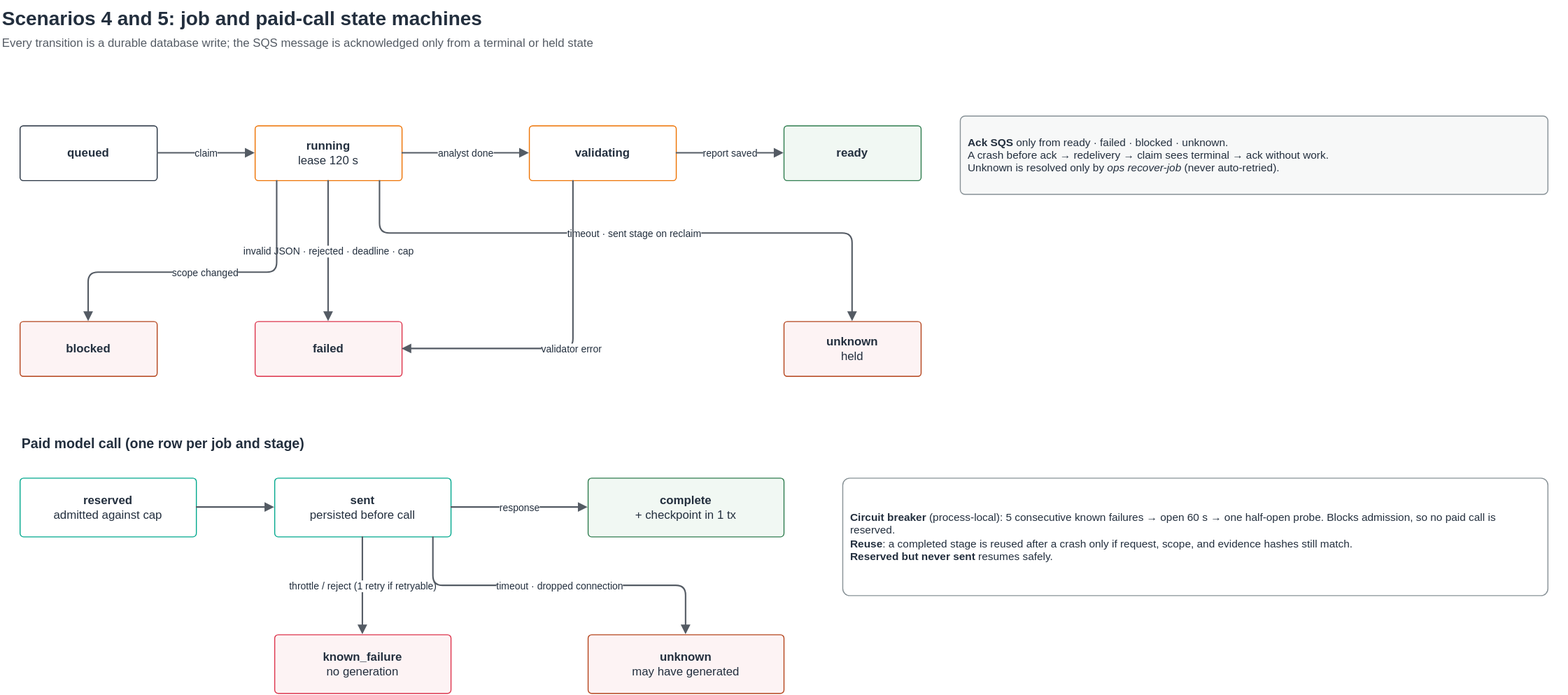
This is docs/diagrams/state-machines.svg from abh2050/ontology-ops, a draw.io export, as it was before one commit. Source tidied: cells renumbered, new cells last; positions are measured from the earlier drawing's top-left corner, leaving out a move shared by most shapes.
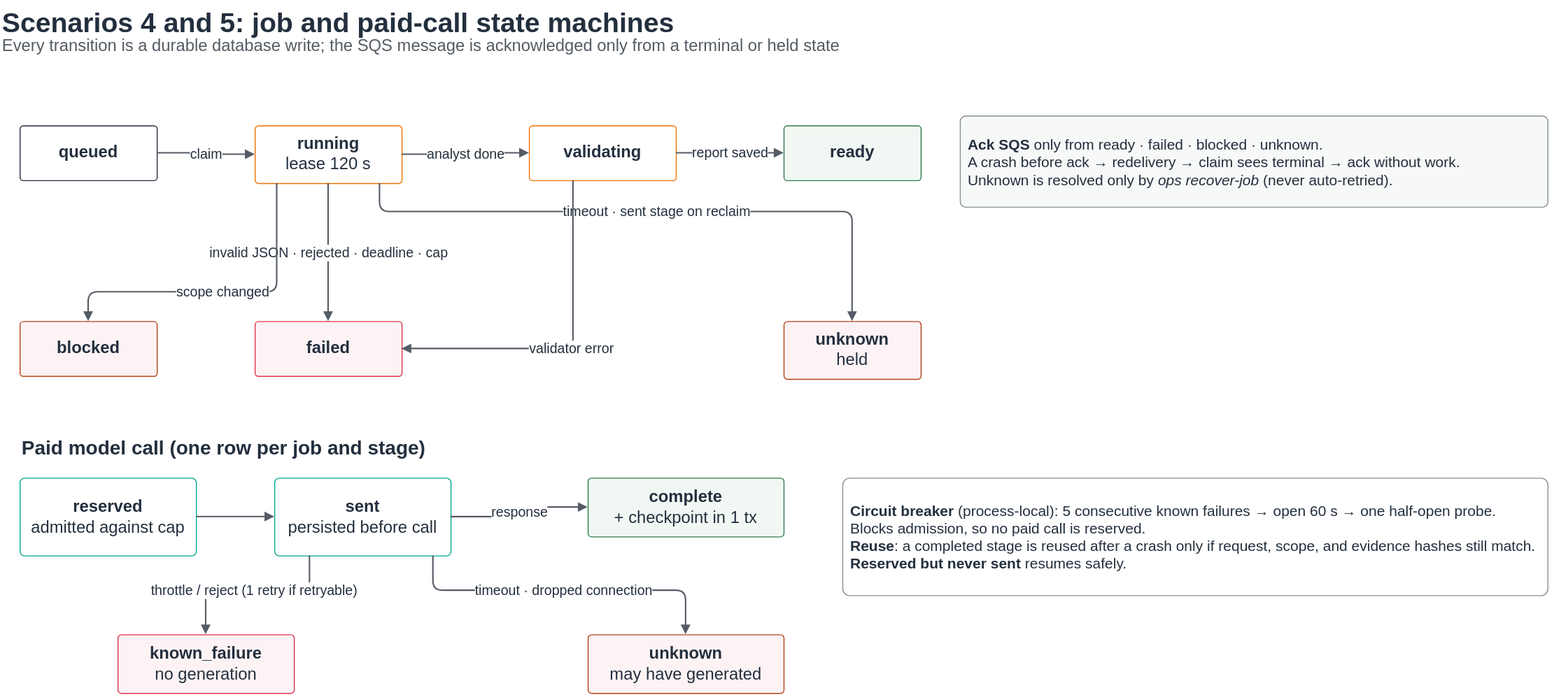
After the change.

Diff of the diagram source:
```diff
@@ -2,107 +2,112 @@
   <root>
     <mxCell id="0" />
     <mxCell id="1" parent="0" />
-    <mxCell id="2" value="&lt;b&gt;Scenarios 4 and 5: job and paid-call state machines&lt;/b&gt;" style="text;html=1;align=left;verticalAlign=top;whiteSpace=wrap;fontSize=20;fontColor=#232F3E;fontStyle=0;" parent="1" vertex="1">
+    <mxCell id="2" value="&lt;b&gt;Scenarios 4 and 5: job and paid-call state machines&lt;/b&gt;" style="text;html=1;align=left;verticalAlign=top;whiteSpace=wrap;fontSize=28;fontColor=#232F3E;fontStyle=0;" parent="1" vertex="1">
       <mxGeometry width="1600" height="30" as="geometry" />
     </mxCell>
-    <mxCell id="3" value="Every transition is a durable database write; the SQS message is acknowledged only from a terminal or held state" style="text;html=1;align=left;verticalAlign=top;whiteSpace=wrap;fontSize=12;fontColor=#545B64;fontStyle=0;" parent="1" vertex="1">
+    <mxCell id="3" value="Every transition is a durable database write; the SQS message is acknowledged only from a terminal or held state" style="text;html=1;align=left;verticalAlign=top;whiteSpace=wrap;fontSize=17;fontColor=#545B64;fontStyle=0;" parent="1" vertex="1">
       <mxGeometry y="30" width="1600" height="22" as="geometry" />
     </mxCell>
-    <mxCell id="4" value="&lt;b&gt;queued&lt;/b&gt;" style="rounded=1;arcSize=6;whiteSpace=wrap;html=1;strokeColor=#232F3E;fillColor=#FFFFFF;fontColor=#232F3E;dashed=0;fontSize=12;align=center;verticalAlign=middle;spacing=8;fontStyle=0;" parent="1" vertex="1">
+    <mxCell id="4" value="&lt;b&gt;queued&lt;/b&gt;" style="rounded=1;arcSize=6;whiteSpace=wrap;html=1;strokeColor=#232F3E;fillColor=#FFFFFF;fontColor=#232F3E;dashed=0;fontSize=17;align=center;verticalAlign=middle;spacing=8;fontStyle=0;" parent="1" vertex="1">
       <mxGeometry x="20" y="128" width="140" height="56" as="geometry" />
     </mxCell>
-    <mxCell id="5" value="&lt;b&gt;running&lt;/b&gt;&lt;br&gt;lease 120 s" style="rounded=1;arcSize=6;whiteSpace=wrap;html=1;strokeColor=#ED7100;fillColor=#FFFFFF;fontColor=#232F3E;dashed=0;fontSize=12;align=center;verticalAlign=middle;spacing=8;fontStyle=0;" parent="1" vertex="1">
-      <mxGeometry x="260" y="128" width="150" height="56" as="geometry" />
+    <mxCell id="5" value="&lt;b&gt;running&lt;/b&gt;&lt;br&gt;lease 120 s" style="rounded=1;arcSize=6;whiteSpace=wrap;html=1;strokeColor=#ED7100;fillColor=#FFFFFF;fontColor=#232F3E;dashed=0;fontSize=17;align=center;verticalAlign=middle;spacing=8;fontStyle=0;" parent="1" vertex="1">
+      <mxGeometry x="260" y="128" width="150" height="59" as="geometry" />
     </mxCell>
-    <mxCell id="6" value="&lt;b&gt;validating&lt;/b&gt;" style="rounded=1;arcSize=6;whiteSpace=wrap;html=1;strokeColor=#ED7100;fillColor=#FFFFFF;fontColor=#232F3E;dashed=0;fontSize=12;align=center;verticalAlign=middle;spacing=8;fontStyle=0;" parent="1" vertex="1">
+    <mxCell id="6" value="&lt;b&gt;validating&lt;/b&gt;" style="rounded=1;arcSize=6;whiteSpace=wrap;html=1;strokeColor=#ED7100;fillColor=#FFFFFF;fontColor=#232F3E;dashed=0;fontSize=17;align=center;verticalAlign=middle;spacing=8;fontStyle=0;" parent="1" vertex="1">
       <mxGeometry x="540" y="128" width="150" height="56" as="geometry" />
     </mxCell>
-    <mxCell id="7" value="&lt;b&gt;ready&lt;/b&gt;" style="rounded=1;arcSize=6;whiteSpace=wrap;html=1;strokeColor=#2F7D4F;fillColor=#F1F8F3;fontColor=#232F3E;dashed=0;fontSize=12;align=center;verticalAlign=middle;spacing=8;fontStyle=0;" parent="1" vertex="1">
+    <mxCell id="7" value="&lt;b&gt;ready&lt;/b&gt;" style="rounded=1;arcSize=6;whiteSpace=wrap;html=1;strokeColor=#2F7D4F;fillColor=#F1F8F3;fontColor=#232F3E;dashed=0;fontSize=17;align=center;verticalAlign=middle;spacing=8;fontStyle=0;" parent="1" vertex="1">
       <mxGeometry x="800" y="128" width="140" height="56" as="geometry" />
     </mxCell>
-    <mxCell id="8" value="&lt;b&gt;blocked&lt;/b&gt;" style="rounded=1;arcSize=6;whiteSpace=wrap;html=1;strokeColor=#B4441C;fillColor=#FDF3F4;fontColor=#232F3E;dashed=0;fontSize=12;align=center;verticalAlign=middle;spacing=8;fontStyle=0;" parent="1" vertex="1">
+    <mxCell id="8" value="&lt;b&gt;blocked&lt;/b&gt;" style="rounded=1;arcSize=6;whiteSpace=wrap;html=1;strokeColor=#B4441C;fillColor=#FDF3F4;fontColor=#232F3E;dashed=0;fontSize=17;align=center;verticalAlign=middle;spacing=8;fontStyle=0;" parent="1" vertex="1">
       <mxGeometry x="20" y="328" width="140" height="56" as="geometry" />
     </mxCell>
-    <mxCell id="9" value="&lt;b&gt;failed&lt;/b&gt;" style="rounded=1;arcSize=6;whiteSpace=wrap;html=1;strokeColor=#DD344C;fillColor=#FDF3F4;fontColor=#232F3E;dashed=0;fontSize=12;align=center;verticalAlign=middle;spacing=8;fontStyle=0;" parent="1" vertex="1">
+    <mxCell id="9" value="&lt;b&gt;failed&lt;/b&gt;" style="rounded=1;arcSize=6;whiteSpace=wrap;html=1;strokeColor=#DD344C;fillColor=#FDF3F4;fontColor=#232F3E;dashed=0;fontSize=17;align=center;verticalAlign=middle;spacing=8;fontStyle=0;" parent="1" vertex="1">
       <mxGeometry x="260" y="328" width="150" height="56" as="geometry" />
     </mxCell>
-    <mxCell id="10" value="&lt;b&gt;unknown&lt;/b&gt;&lt;br&gt;held" style="rounded=1;arcSize=6;whiteSpace=wrap;html=1;strokeColor=#B4441C;fillColor=#FDF3F4;fontColor=#232F3E;dashed=0;fontSize=12;align=center;verticalAlign=middle;spacing=8;fontStyle=0;" parent="1" vertex="1">
-      <mxGeometry x="800" y="328" width="140" height="56" as="geometry" />
+    <mxCell id="10" value="&lt;b&gt;unknown&lt;/b&gt;&lt;br&gt;held" style="rounded=1;arcSize=6;whiteSpace=wrap;html=1;strokeColor=#B4441C;fillColor=#FDF3F4;fontColor=#232F3E;dashed=0;fontSize=17;align=center;verticalAlign=middle;spacing=8;fontStyle=0;" parent="1" vertex="1">
+      <mxGeometry x="800" y="328" width="140" height="59" as="geometry" />
     </mxCell>
-    <mxCell id="11" value="claim" style="edgeStyle=orthogonalEdgeStyle;rounded=1;html=1;endArrow=block;endFill=1;strokeColor=#545B64;strokeWidth=1.5;dashed=0;fontSize=10;labelBackgroundColor=#ffffff;fontColor=#232F3E;" parent="1" edge="1" source="4" target="5">
+    <mxCell id="11" value="claim" style="edgeStyle=orthogonalEdgeStyle;rounded=1;html=1;endArrow=block;endFill=1;strokeColor=#545B64;strokeWidth=1.5;dashed=0;fontSize=14;labelBackgroundColor=#ffffff;fontColor=#232F3E;" parent="1" edge="1" source="4" target="5">
       <mxGeometry relative="1" as="geometry" />
     </mxCell>
-    <mxCell id="12" value="analyst done" style="edgeStyle=orthogonalEdgeStyle;rounded=1;html=1;endArrow=block;endFill=1;strokeColor=#545B64;strokeWidth=1.5;dashed=0;fontSize=10;labelBackgroundColor=#ffffff;fontColor=#232F3E;" parent="1" edge="1" source="5" target="6">
+    <mxCell id="12" value="analyst done" style="edgeStyle=orthogonalEdgeStyle;rounded=1;html=1;endArrow=block;endFill=1;strokeColor=#545B64;strokeWidth=1.5;dashed=0;fontSize=14;labelBackgroundColor=#ffffff;fontColor=#232F3E;" parent="1" edge="1" source="5" target="6">
       <mxGeometry relative="1" as="geometry" />
     </mxCell>
-    <mxCell id="13" value="report saved" style="edgeStyle=orthogonalEdgeStyle;rounded=1;html=1;endArrow=block;endFill=1;strokeColor=#545B64;strokeWidth=1.5;dashed=0;fontSize=10;labelBackgroundColor=#ffffff;fontColor=#232F3E;" parent="1" edge="1" source="6" target="7">
+    <mxCell id="13" value="report saved" style="edgeStyle=orthogonalEdgeStyle;rounded=1;html=1;endArrow=block;endFill=1;strokeColor=#545B64;strokeWidth=1.5;dashed=0;fontSize=14;labelBackgroundColor=#ffffff;fontColor=#232F3E;" parent="1" edge="1" source="6" target="7">
       <mxGeometry relative="1" as="geometry" />
     </mxCell>
-    <mxCell id="14" value="invalid JSON · rejected · deadline · cap" style="edgeStyle=orthogonalEdgeStyle;rounded=1;html=1;endArrow=block;endFill=1;strokeColor=#545B64;strokeWidth=1.5;dashed=0;fontSize=10;labelBackgroundColor=#ffffff;fontColor=#232F3E;exitX=0.5;exitY=1;entryX=0.5;entryY=0;" parent="1" edge="1" source="5" target="9">
+    <mxCell id="14" value="invalid JSON · rejected · deadline · cap" style="edgeStyle=orthogonalEdgeStyle;rounded=1;html=1;endArrow=block;endFill=1;strokeColor=#545B64;strokeWidth=1.5;dashed=0;fontSize=14;labelBackgroundColor=#ffffff;fontColor=#232F3E;exitX=0.5;exitY=1;entryX=0.5;entryY=0;" parent="1" edge="1" source="5" target="9">
       <mxGeometry relative="1" as="geometry" />
     </mxCell>
-    <mxCell id="15" value="scope changed" style="edgeStyle=orthogonalEdgeStyle;rounded=1;html=1;endArrow=block;endFill=1;strokeColor=#545B64;strokeWidth=1.5;dashed=0;fontSize=10;labelBackgroundColor=#ffffff;fontColor=#232F3E;exitX=0.15;exitY=1;entryX=0.5;entryY=0;" parent="1" edge="1" source="5" target="8">
+    <mxCell id="15" value="scope changed" style="edgeStyle=orthogonalEdgeStyle;rounded=1;html=1;endArrow=block;endFill=1;strokeColor=#545B64;strokeWidth=1.5;dashed=0;fontSize=14;labelBackgroundColor=#ffffff;fontColor=#232F3E;exitX=0.15;exitY=1;entryX=0.5;entryY=0;" parent="1" edge="1" source="5" target="8">
       <mxGeometry relative="1" as="geometry">
         <Array as="points">
-          <mxPoint x="282" y="278" />
-          <mxPoint x="90" y="278" />
+          <mxPoint x="282" y="298" />
+          <mxPoint x="90" y="298" />
         </Array>
       </mxGeometry>
     </mxCell>
-    <mxCell id="16" value="timeout · sent stage on reclaim" style="edgeStyle=orthogonalEdgeStyle;rounded=1;html=1;endArrow=block;endFill=1;strokeColor=#545B64;strokeWidth=1.5;dashed=0;fontSize=10;labelBackgroundColor=#ffffff;fontColor=#232F3E;exitX=0.85;exitY=1;entryX=0.5;entryY=0;" parent="1" edge="1" source="5" target="10">
+    <mxCell id="16" value="timeout · sent stage on reclaim" style="edgeStyle=orthogonalEdgeStyle;rounded=1;html=1;endArrow=block;endFill=1;strokeColor=#545B64;strokeWidth=1.5;dashed=0;fontSize=14;labelBackgroundColor=#ffffff;fontColor=#232F3E;exitX=0.85;exitY=1;entryX=0.5;entryY=0;" parent="1" edge="1" source="5" target="10">
       <mxGeometry relative="1" as="geometry">
         <Array as="points">
-          <mxPoint x="387" y="238" />
-          <mxPoint x="870" y="238" />
+          <mxPoint x="387" y="216" />
+          <mxPoint x="870" y="216" />
         </Array>
       </mxGeometry>
     </mxCell>
-    <mxCell id="17" value="validator error" style="edgeStyle=orthogonalEdgeStyle;rounded=1;html=1;endArrow=block;endFill=1;strokeColor=#545B64;strokeWidth=1.5;dashed=0;fontSize=10;labelBackgroundColor=#ffffff;fontColor=#232F3E;exitX=0.3;exitY=1;entryX=1;entryY=0.5;" parent="1" edge="1" source="6" target="9">
+    <mxCell id="17" value="validator error" style="edgeStyle=orthogonalEdgeStyle;rounded=1;html=1;endArrow=block;endFill=1;strokeColor=#545B64;strokeWidth=1.5;dashed=0;fontSize=14;labelBackgroundColor=#ffffff;fontColor=#232F3E;exitX=0.3;exitY=1;entryX=1;entryY=0.5;" parent="1" edge="1" source="6" target="9">
       <mxGeometry relative="1" as="geometry">
         <Array as="points">
           <mxPoint x="585" y="356" />
         </Array>
       </mxGeometry>
     </mxCell>
-    <mxCell id="18" value="&lt;b&gt;Ack SQS&lt;/b&gt; only from ready · failed · blocked · unknown.&lt;br&gt;A crash before ack → redelivery → claim sees terminal → ack without work.&lt;br&gt;Unknown is resolved only by &lt;i&gt;ops recover-job&lt;/i&gt; (never auto-retried)." style="rounded=1;arcSize=6;whiteSpace=wrap;html=1;strokeColor=#879196;fillColor=#F7F8F8;fontColor=#232F3E;dashed=0;fontSize=11;align=left;verticalAlign=middle;spacing=8;fontStyle=0;" parent="1" vertex="1">
-      <mxGeometry x="980" y="118" width="600" height="80" as="geometry" />
+    <mxCell id="18" value="&lt;b&gt;Ack SQS&lt;/b&gt; only from ready · failed · blocked · unknown.&lt;br&gt;A crash before ack → redelivery → claim sees terminal → ack without work.&lt;br&gt;Unknown is resolved only by &lt;i&gt;ops recover-job&lt;/i&gt; (never auto-retried)." style="rounded=1;arcSize=6;whiteSpace=wrap;html=1;strokeColor=#879196;fillColor=#F7F8F8;fontColor=#232F3E;dashed=0;fontSize=15;align=left;verticalAlign=middle;spacing=8;fontStyle=0;" parent="1" vertex="1">
+      <mxGeometry x="980" y="118" width="600" height="93.2" as="geometry" />
     </mxCell>
-    <mxCell id="19" value="&lt;b&gt;Paid model call (one row per job and stage)&lt;/b&gt;" style="text;html=1;align=left;verticalAlign=top;whiteSpace=wrap;fontSize=14;fontColor=#232F3E;fontStyle=0;" parent="1" vertex="1">
+    <mxCell id="19" value="&lt;b&gt;Paid model call (one row per job and stage)&lt;/b&gt;" style="text;html=1;align=left;verticalAlign=top;whiteSpace=wrap;fontSize=20;fontColor=#232F3E;fontStyle=0;" parent="1" vertex="1">
       <mxGeometry x="20" y="438" width="600" height="24" as="geometry" />
     </mxCell>
-    <mxCell id="20" value="&lt;b&gt;reserved&lt;/b&gt;&lt;br&gt;admitted against cap" style="rounded=1;arcSize=6;whiteSpace=wrap;html=1;strokeColor=#01A88D;fillColor=#FFFFFF;fontColor=#232F3E;dashed=0;fontSize=12;align=center;verticalAlign=middle;spacing=8;fontStyle=0;" parent="1" vertex="1">
-      <mxGeometry x="20" y="488" width="180" height="60" as="geometry" />
+    <mxCell id="20" value="&lt;b&gt;reserved&lt;/b&gt;&lt;br&gt;admitted against cap" style="rounded=1;arcSize=6;whiteSpace=wrap;html=1;strokeColor=#01A88D;fillColor=#FFFFFF;fontColor=#232F3E;dashed=0;fontSize=17;align=center;verticalAlign=middle;spacing=8;fontStyle=0;" parent="1" vertex="1">
+      <mxGeometry x="20" y="488" width="180" height="79.5" as="geometry" />
     </mxCell>
-    <mxCell id="21" value="&lt;b&gt;sent&lt;/b&gt;&lt;br&gt;persisted before call" style="rounded=1;arcSize=6;whiteSpace=wrap;html=1;strokeColor=#01A88D;fillColor=#FFFFFF;fontColor=#232F3E;dashed=0;fontSize=12;align=center;verticalAlign=middle;spacing=8;fontStyle=0;" parent="1" vertex="1">
-      <mxGeometry x="280" y="488" width="180" height="60" as="geometry" />
+    <mxCell id="21" value="&lt;b&gt;sent&lt;/b&gt;&lt;br&gt;persisted before call" style="rounded=1;arcSize=6;whiteSpace=wrap;html=1;strokeColor=#01A88D;fillColor=#FFFFFF;fontColor=#232F3E;dashed=0;fontSize=17;align=center;verticalAlign=middle;spacing=8;fontStyle=0;" parent="1" vertex="1">
+      <mxGeometry x="280" y="488" width="180" height="79.5" as="geometry" />
     </mxCell>
-    <mxCell id="22" value="&lt;b&gt;complete&lt;/b&gt;&lt;br&gt;+ checkpoint in 1 tx" style="rounded=1;arcSize=6;whiteSpace=wrap;html=1;strokeColor=#2F7D4F;fillColor=#F1F8F3;fontColor=#232F3E;dashed=0;fontSize=12;align=center;verticalAlign=middle;spacing=8;fontStyle=0;" parent="1" vertex="1">
+    <mxCell id="22" value="&lt;b&gt;complete&lt;/b&gt;&lt;br&gt;+ checkpoint in 1 tx" style="rounded=1;arcSize=6;whiteSpace=wrap;html=1;strokeColor=#2F7D4F;fillColor=#F1F8F3;fontColor=#232F3E;dashed=0;fontSize=17;align=center;verticalAlign=middle;spacing=8;fontStyle=0;" parent="1" vertex="1">
       <mxGeometry x="600" y="488" width="200" height="60" as="geometry" />
     </mxCell>
-    <mxCell id="23" value="&lt;b&gt;known_failure&lt;/b&gt;&lt;br&gt;no generation" style="rounded=1;arcSize=6;whiteSpace=wrap;html=1;strokeColor=#DD344C;fillColor=#FDF3F4;fontColor=#232F3E;dashed=0;fontSize=12;align=center;verticalAlign=middle;spacing=8;fontStyle=0;" parent="1" vertex="1">
-      <mxGeometry x="280" y="648" width="180" height="60" as="geometry" />
+    <mxCell id="23" value="&lt;b&gt;known_failure&lt;/b&gt;&lt;br&gt;no generation" style="rounded=1;arcSize=6;whiteSpace=wrap;html=1;strokeColor=#DD344C;fillColor=#FDF3F4;fontColor=#232F3E;dashed=0;fontSize=17;align=center;verticalAlign=middle;spacing=8;fontStyle=0;" parent="1" vertex="1">
+      <mxGeometry x="120" y="648" width="180" height="60" as="geometry" />
     </mxCell>
-    <mxCell id="24" value="&lt;b&gt;unknown&lt;/b&gt;&lt;br&gt;may have generated" style="rounded=1;arcSize=6;whiteSpace=wrap;html=1;strokeColor=#B4441C;fillColor=#FDF3F4;fontColor=#232F3E;dashed=0;fontSize=12;align=center;verticalAlign=middle;spacing=8;fontStyle=0;" parent="1" vertex="1">
+    <mxCell id="24" value="&lt;b&gt;unknown&lt;/b&gt;&lt;br&gt;may have generated" style="rounded=1;arcSize=6;whiteSpace=wrap;html=1;strokeColor=#B4441C;fillColor=#FDF3F4;fontColor=#232F3E;dashed=0;fontSize=17;align=center;verticalAlign=middle;spacing=8;fontStyle=0;" parent="1" vertex="1">
       <mxGeometry x="600" y="648" width="200" height="60" as="geometry" />
     </mxCell>
-    <mxCell id="25" style="edgeStyle=orthogonalEdgeStyle;rounded=1;html=1;endArrow=block;endFill=1;strokeColor=#545B64;strokeWidth=1.5;dashed=0;fontSize=10;labelBackgroundColor=#ffffff;fontColor=#232F3E;" parent="1" edge="1" source="20" target="21">
+    <mxCell id="25" style="edgeStyle=orthogonalEdgeStyle;rounded=1;html=1;endArrow=block;endFill=1;strokeColor=#545B64;strokeWidth=1.5;dashed=0;fontSize=14;labelBackgroundColor=#ffffff;fontColor=#232F3E;" parent="1" edge="1" source="20" target="21">
       <mxGeometry relative="1" as="geometry" />
     </mxCell>
-    <mxCell id="26" value="response" style="edgeStyle=orthogonalEdgeStyle;rounded=1;html=1;endArrow=block;endFill=1;strokeColor=#545B64;strokeWidth=1.5;dashed=0;fontSize=10;labelBackgroundColor=#ffffff;fontColor=#232F3E;" parent="1" edge="1" source="21" target="22">
+    <mxCell id="26" value="response" style="edgeStyle=orthogonalEdgeStyle;rounded=1;html=1;endArrow=block;endFill=1;strokeColor=#545B64;strokeWidth=1.5;dashed=0;fontSize=14;labelBackgroundColor=#ffffff;fontColor=#232F3E;" parent="1" edge="1" source="21" target="22">
       <mxGeometry relative="1" as="geometry" />
     </mxCell>
-    <mxCell id="27" value="throttle / reject (1 retry if retryable)" style="edgeStyle=orthogonalEdgeStyle;rounded=1;html=1;endArrow=block;endFill=1;strokeColor=#545B64;strokeWidth=1.5;dashed=0;fontSize=10;labelBackgroundColor=#ffffff;fontColor=#232F3E;exitX=0.5;exitY=1;entryX=0.5;entryY=0;" parent="1" edge="1" source="21" target="23">
-      <mxGeometry relative="1" as="geometry" />
+    <mxCell id="27" value="throttle / reject (1 retry if retryable)" style="edgeStyle=orthogonalEdgeStyle;rounded=1;html=1;endArrow=block;endFill=1;strokeColor=#545B64;strokeWidth=1.5;dashed=0;fontSize=14;labelBackgroundColor=#ffffff;fontColor=#232F3E;exitX=0.2;exitY=1;entryX=0.5;entryY=0;" parent="1" edge="1" source="21" target="23">
+      <mxGeometry relative="1" as="geometry">
+        <Array as="points">
+          <mxPoint x="316" y="603" />
+          <mxPoint x="210" y="603" />
+        </Array>
+      </mxGeometry>
     </mxCell>
-    <mxCell id="28" value="timeout · dropped connection" style="edgeStyle=orthogonalEdgeStyle;rounded=1;html=1;endArrow=block;endFill=1;strokeColor=#545B64;strokeWidth=1.5;dashed=0;fontSize=10;labelBackgroundColor=#ffffff;fontColor=#232F3E;exitX=0.9;exitY=1;entryX=0.5;entryY=0;" parent="1" edge="1" source="21" target="24">
+    <mxCell id="28" value="timeout · dropped connection" style="edgeStyle=orthogonalEdgeStyle;rounded=1;html=1;endArrow=block;endFill=1;strokeColor=#545B64;strokeWidth=1.5;dashed=0;fontSize=14;labelBackgroundColor=#ffffff;fontColor=#232F3E;exitX=0.9;exitY=1;entryX=0.5;entryY=0;" parent="1" edge="1" source="21" target="24">
       <mxGeometry relative="1" as="geometry">
         <Array as="points">
-          <mxPoint x="442" y="598" />
-          <mxPoint x="700" y="598" />
+          <mxPoint x="442" y="603" />
+          <mxPoint x="700" y="603" />
         </Array>
       </mxGeometry>
     </mxCell>
-    <mxCell id="29" value="&lt;b&gt;Circuit breaker&lt;/b&gt; (process-local): 5 consecutive known failures → open 60 s → one half-open probe. Blocks admission, so no paid call is reserved.&lt;br&gt;&lt;b&gt;Reuse&lt;/b&gt;: a completed stage is reused after a crash only if request, scope, and evidence hashes still match.&lt;br&gt;&lt;b&gt;Reserved but never sent&lt;/b&gt; resumes safely." style="rounded=1;arcSize=6;whiteSpace=wrap;html=1;strokeColor=#879196;fillColor=#FFFFFF;fontColor=#232F3E;dashed=0;fontSize=11;align=left;verticalAlign=middle;spacing=8;fontStyle=0;" parent="1" vertex="1">
+    <mxCell id="29" value="&lt;b&gt;Circuit breaker&lt;/b&gt; (process-local): 5 consecutive known failures → open 60 s → one half-open probe. Blocks admission, so no paid call is reserved.&lt;br&gt;&lt;b&gt;Reuse&lt;/b&gt;: a completed stage is reused after a crash only if request, scope, and evidence hashes still match.&lt;br&gt;&lt;b&gt;Reserved but never sent&lt;/b&gt; resumes safely." style="rounded=1;arcSize=6;whiteSpace=wrap;html=1;strokeColor=#879196;fillColor=#FFFFFF;fontColor=#232F3E;dashed=0;fontSize=15;align=left;verticalAlign=middle;spacing=8;fontStyle=0;" parent="1" vertex="1">
       <mxGeometry x="860" y="488" width="720" height="120" as="geometry" />
     </mxCell>
   </root>
```
